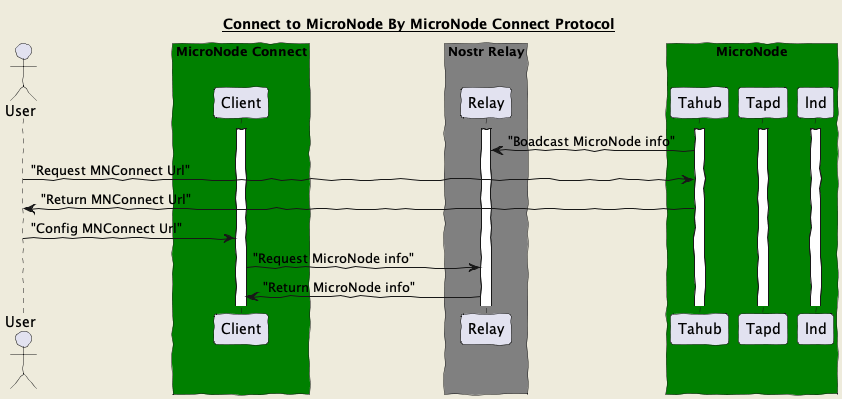
lnfi-network/ln-node keeps this PlantUML diagram as LNLink/images/Tahub.png. Above is the earlier version. Source of this version:
```plantuml
@startuml Tahub
skinparam backgroundColor #EEEBDC
skinparam handwritten true

title
 <u>Connect to MicroNode By MicroNode Connect Protocol</u>
end title
actor User

box "MicroNode Connect" #green
activate "Client"
end box

box "Nostr Relay" #Grey
activate "Relay"
end box

box "MicroNode" #green
activate "Tahub"
activate "Tapd"
activate "lnd"
end box

Tahub -> Relay : "Boadcast MicroNode info"
User -> Tahub : "Request MNConnect Url"
Tahub -> User : "Return MNConnect Url"
User -> Client: "Config MNConnect Url"
Client -> Relay: "Request MicroNode info"
Relay -> Client: "Return MicroNode info"

@enduml
```
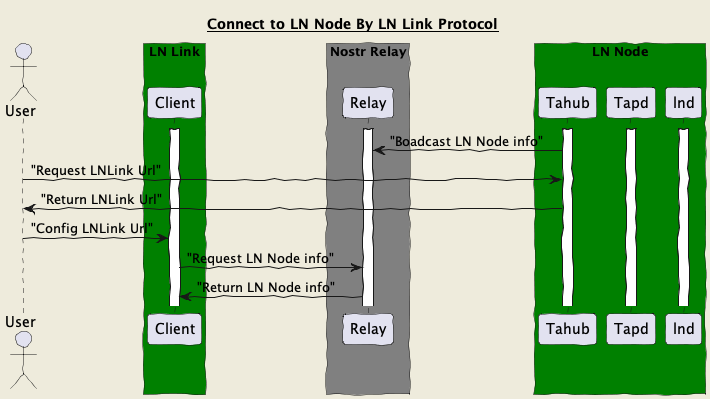
Above is the later version.

The edit, as a diff of the source:
```diff
@@ -3,11 +3,11 @@
 skinparam handwritten true
 
 title
- <u>Connect to MicroNode By MicroNode Connect Protocol</u>
+ <u>Connect to LN Node By LN Link Protocol</u>
 end title
 actor User
 
-box "MicroNode Connect" #green
+box "LN Link" #green
 activate "Client"
 end box
 
@@ -15,17 +15,17 @@
 activate "Relay"
 end box
 
-box "MicroNode" #green
+box "LN Node" #green
 activate "Tahub"
 activate "Tapd"
 activate "lnd"
 end box
 
-Tahub -> Relay : "Boadcast MicroNode info"
-User -> Tahub : "Request MNConnect Url"
-Tahub -> User : "Return MNConnect Url"
-User -> Client: "Config MNConnect Url"
-Client -> Relay: "Request MicroNode info"
-Relay -> Client: "Return MicroNode info"
+Tahub -> Relay : "Boadcast LN Node info"
+User -> Tahub : "Request LNLink Url"
+Tahub -> User : "Return LNLink Url"
+User -> Client: "Config LNLink Url"
+Client -> Relay: "Request LN Node info"
+Relay -> Client: "Return LN Node info"
 
 @enduml
```
